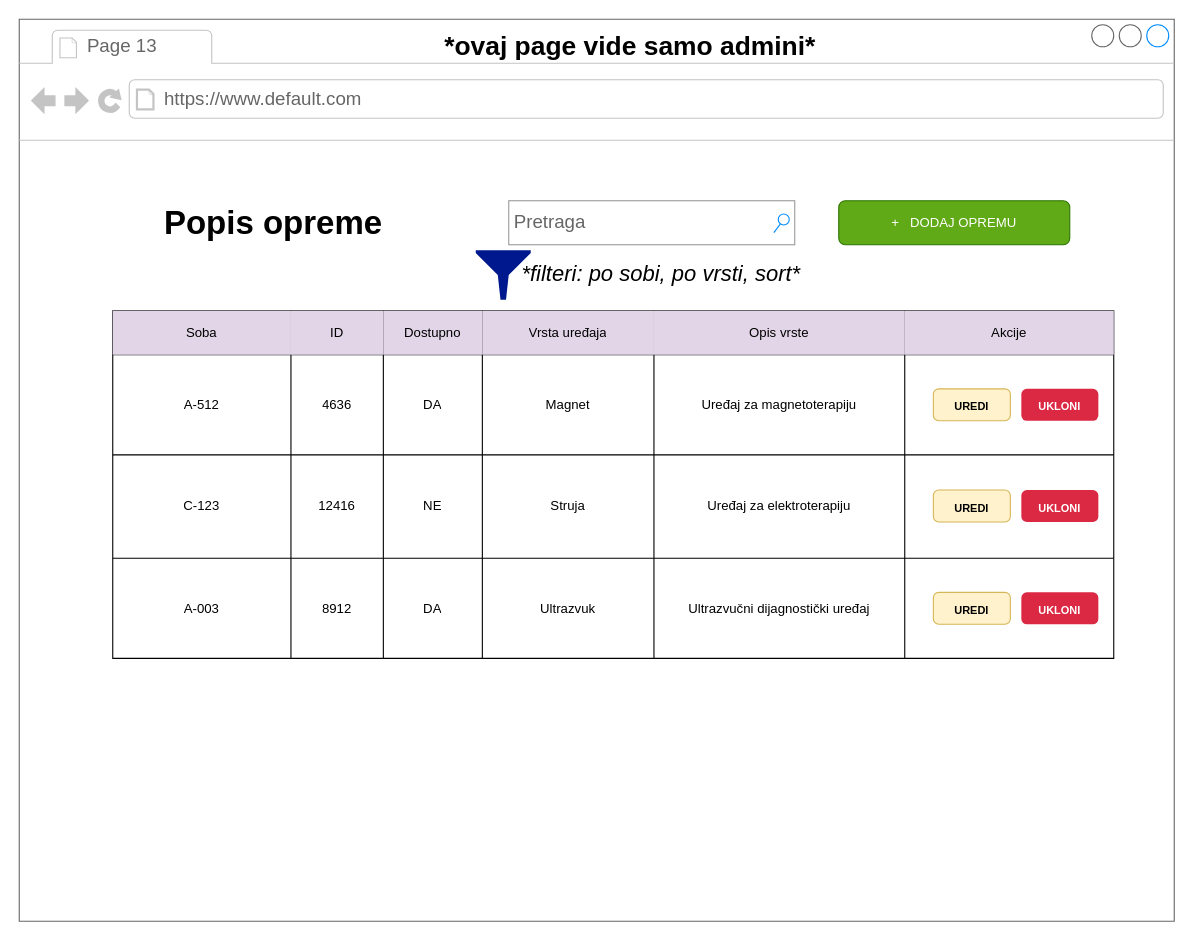
The draw.io diagram page "Page 13" (13 of 17) of Dokumentacija/UI Dizajn/MedicinskaRehabilitacija.drawio in EmaBadurina1/Proginator, before the edit. Source tidied: cells renumbered, new cells numbered last; positions are measured from the earlier drawing's top-left corner, leaving out a move shared by most shapes. Both pictures are drawn from the tidied source at 110%, with x=0, y=0 at pixel (19, 19).
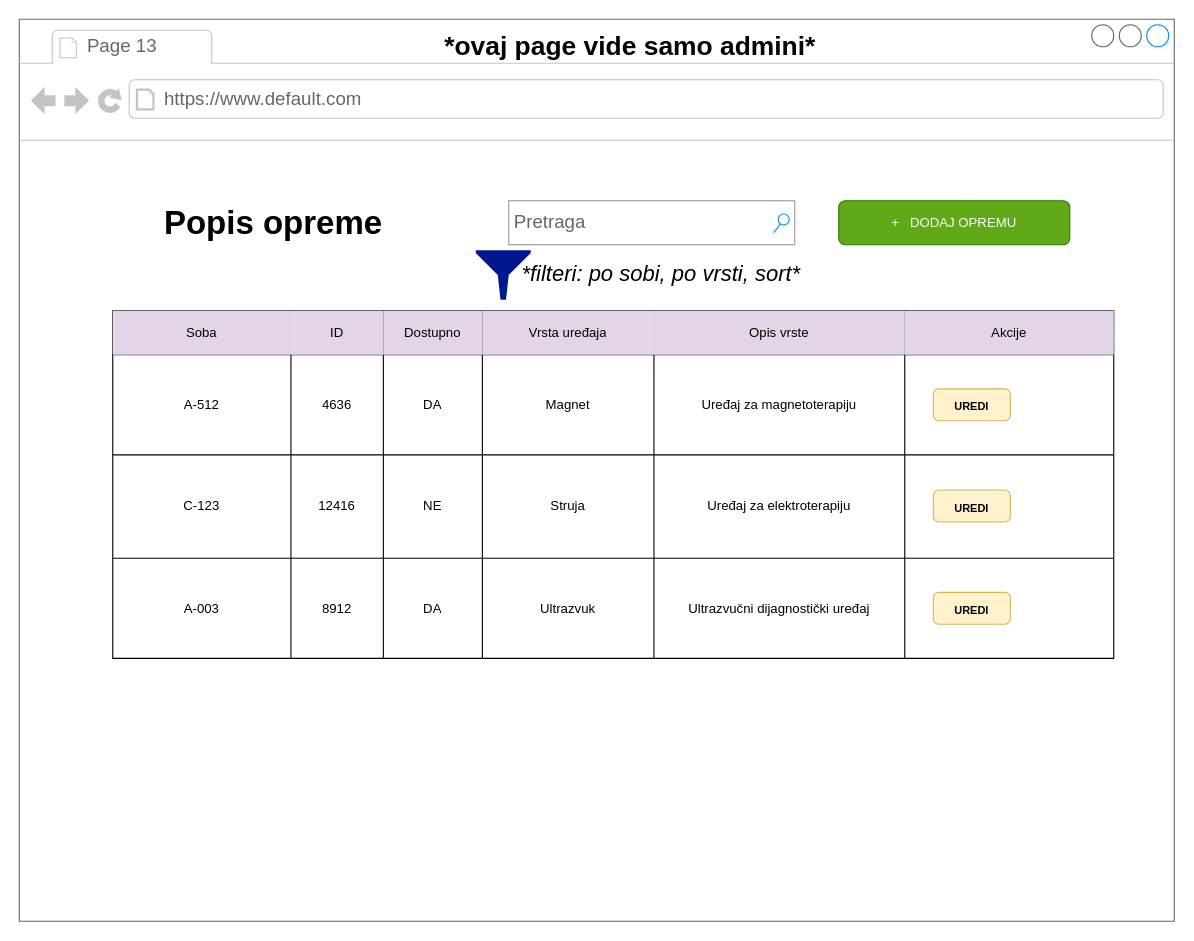
The same page after the edit.

The edit, as a diff of the source:
```diff
@@
-    <mxCell id="37" value="&lt;p style=&quot;line-height: 100%;&quot;&gt;&lt;span style=&quot;font-size: 10px;&quot;&gt;&lt;b&gt;UKLONI&lt;/b&gt;&lt;/span&gt;&lt;/p&gt;" style="html=1;shadow=0;dashed=0;shape=mxgraph.bootstrap.rrect;rSize=5;strokeColor=none;strokeWidth=1;fillColor=#DB2843;fontColor=#FFFFFF;whiteSpace=wrap;align=center;verticalAlign=middle;spacingLeft=0;fontStyle=0;fontSize=16;spacing=5;" parent="1" vertex="1">
-      <mxGeometry x="911" y="336" width="70" height="29" as="geometry" />
-    </mxCell>
@@
-    <mxCell id="39" value="&lt;p style=&quot;line-height: 100%;&quot;&gt;&lt;span style=&quot;font-size: 10px;&quot;&gt;&lt;b&gt;UKLONI&lt;/b&gt;&lt;/span&gt;&lt;/p&gt;" style="html=1;shadow=0;dashed=0;shape=mxgraph.bootstrap.rrect;rSize=5;strokeColor=none;strokeWidth=1;fillColor=#DB2843;fontColor=#FFFFFF;whiteSpace=wrap;align=center;verticalAlign=middle;spacingLeft=0;fontStyle=0;fontSize=16;spacing=5;" parent="1" vertex="1">
-      <mxGeometry x="911" y="428" width="70" height="29" as="geometry" />
-    </mxCell>
@@
-    <mxCell id="41" value="&lt;p style=&quot;line-height: 100%;&quot;&gt;&lt;span style=&quot;font-size: 10px;&quot;&gt;&lt;b&gt;UKLONI&lt;/b&gt;&lt;/span&gt;&lt;/p&gt;" style="html=1;shadow=0;dashed=0;shape=mxgraph.bootstrap.rrect;rSize=5;strokeColor=none;strokeWidth=1;fillColor=#DB2843;fontColor=#FFFFFF;whiteSpace=wrap;align=center;verticalAlign=middle;spacingLeft=0;fontStyle=0;fontSize=16;spacing=5;" parent="1" vertex="1">
-      <mxGeometry x="911" y="521" width="70" height="29" as="geometry" />
-    </mxCell>
```
